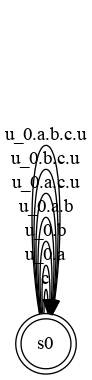
Earlier version of the Graphviz export Examples/CCSL_Primitives/sts/UnionIntersection.dot.png (frederic-mallet/ccsl-sts). Its source is kept beside it as Examples/CCSL_Primitives/sts/UnionIntersection.dot. Its diagram source:
```dot
digraph UnionIntersection {
  rankdir="LR"
  s0 [ shape="doublecircle" ]
  s0->s0 [
    label= "c"
  ] ;
  s0->s0 [
    label= "u_0.a"
  ] ;
  s0->s0 [
    label= "u_0.b"
  ] ;
  s0->s0 [
    label= "u_0.a.b"
  ] ;
  s0->s0 [
    label= "u_0.a.c.u"
  ] ;
  s0->s0 [
    label= "u_0.b.c.u"
  ] ;
  s0->s0 [
    label= "u_0.a.b.c.u"
  ] ;
}
```
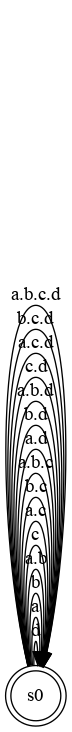
The same file after the commit.

Change to the diagram source:
```diff
@@ -2,24 +2,48 @@
   rankdir="LR"
   s0 [ shape="doublecircle" ]
   s0->s0 [
+    label= "d"
+  ] ;
+  s0->s0 [
+    label= "a"
+  ] ;
+  s0->s0 [
+    label= "b"
+  ] ;
+  s0->s0 [
+    label= "a.b"
+  ] ;
+  s0->s0 [
     label= "c"
   ] ;
   s0->s0 [
-    label= "u_0.a"
+    label= "a.c"
   ] ;
   s0->s0 [
-    label= "u_0.b"
+    label= "b.c"
   ] ;
   s0->s0 [
-    label= "u_0.a.b"
+    label= "a.b.c"
   ] ;
   s0->s0 [
-    label= "u_0.a.c.u"
+    label= "a.d"
   ] ;
   s0->s0 [
-    label= "u_0.b.c.u"
+    label= "b.d"
   ] ;
   s0->s0 [
-    label= "u_0.a.b.c.u"
+    label= "a.b.d"
+  ] ;
+  s0->s0 [
+    label= "c.d"
+  ] ;
+  s0->s0 [
+    label= "a.c.d"
+  ] ;
+  s0->s0 [
+    label= "b.c.d"
+  ] ;
+  s0->s0 [
+    label= "a.b.c.d"
   ] ;
 }
```
